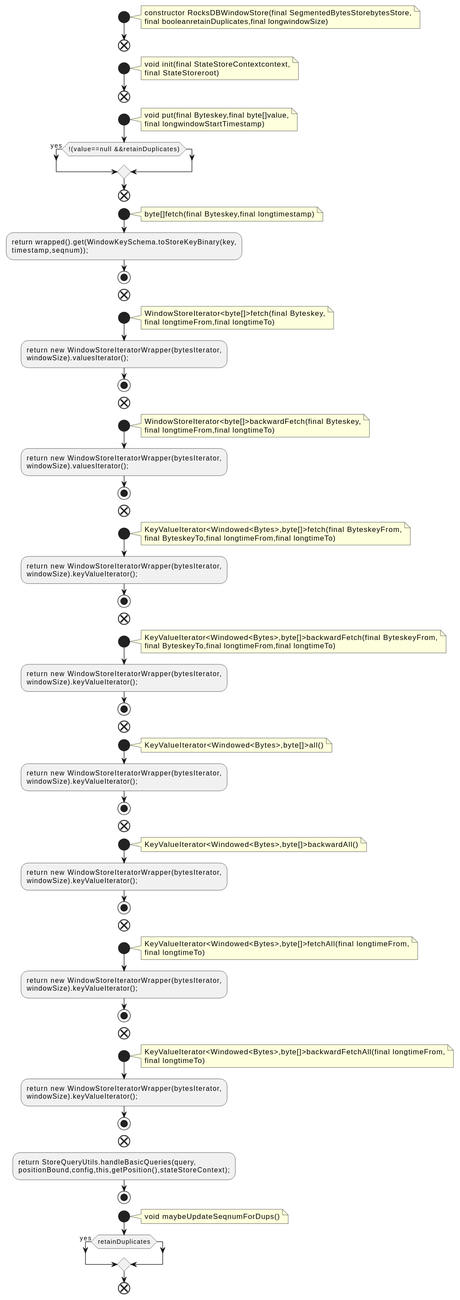
qualitesys/kafka keeps this PlantUML diagram as docs/qc/streams/src/main/java/org/apache/kafka/streams/state/internals/RocksDBWindowStore.java.fct.svg. Above is the earlier version.
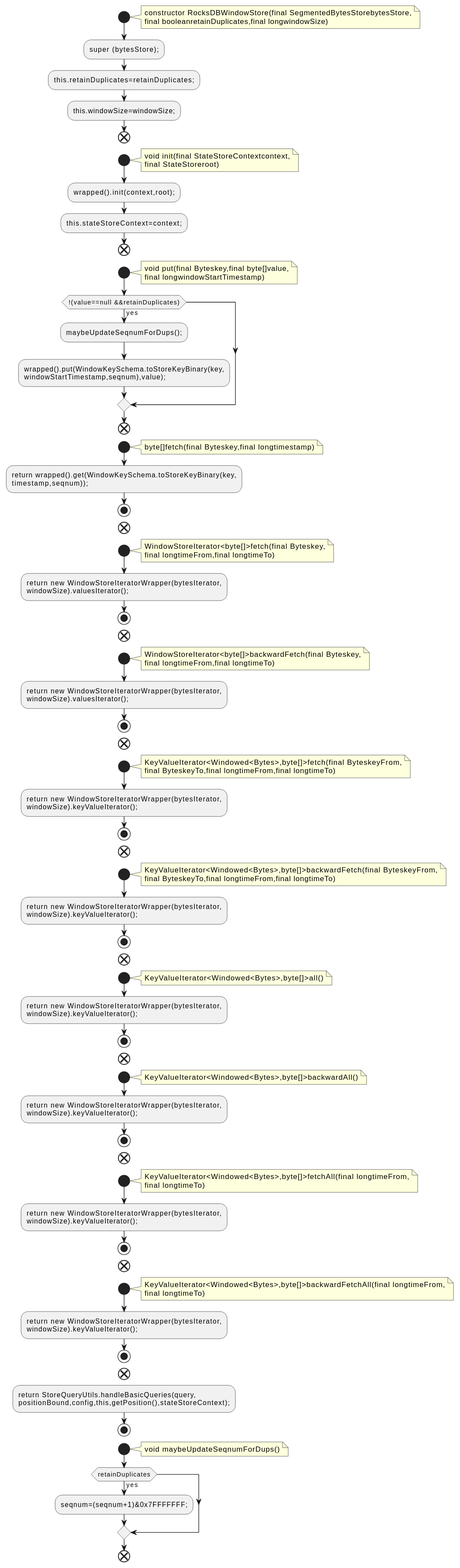
Above is the later version.

What changed in the source:
```diff
@@ -5,12 +5,17 @@
 constructor RocksDBWindowStore(final SegmentedBytesStorebytesStore,
 final booleanretainDuplicates,final longwindowSize)
 end note
+:super (bytesStore);;
+:this.retainDuplicates=retainDuplicates;;
+:this.windowSize=windowSize;;
 end
 start
 note right
 void init(final StateStoreContextcontext,
 final StateStoreroot)
 end note
+:wrapped().init(context,root);;
+:this.stateStoreContext=context;;
 end
 start
 note right
@@ -18,6 +23,9 @@
 final longwindowStartTimestamp)
 end note
 if (!(value==null &&retainDuplicates)) then (yes)
+:maybeUpdateSeqnumForDups();;
+:wrapped().put(WindowKeySchema.toStoreKeyBinary(key,
+windowStartTimestamp,seqnum),value);;
 endif
 end
 start
@@ -106,6 +114,7 @@
 void maybeUpdateSeqnumForDups()
 end note
 if (retainDuplicates) then (yes)
+:seqnum=(seqnum+1)&0x7FFFFFFF;;
 endif
 end
 @enduml
```
